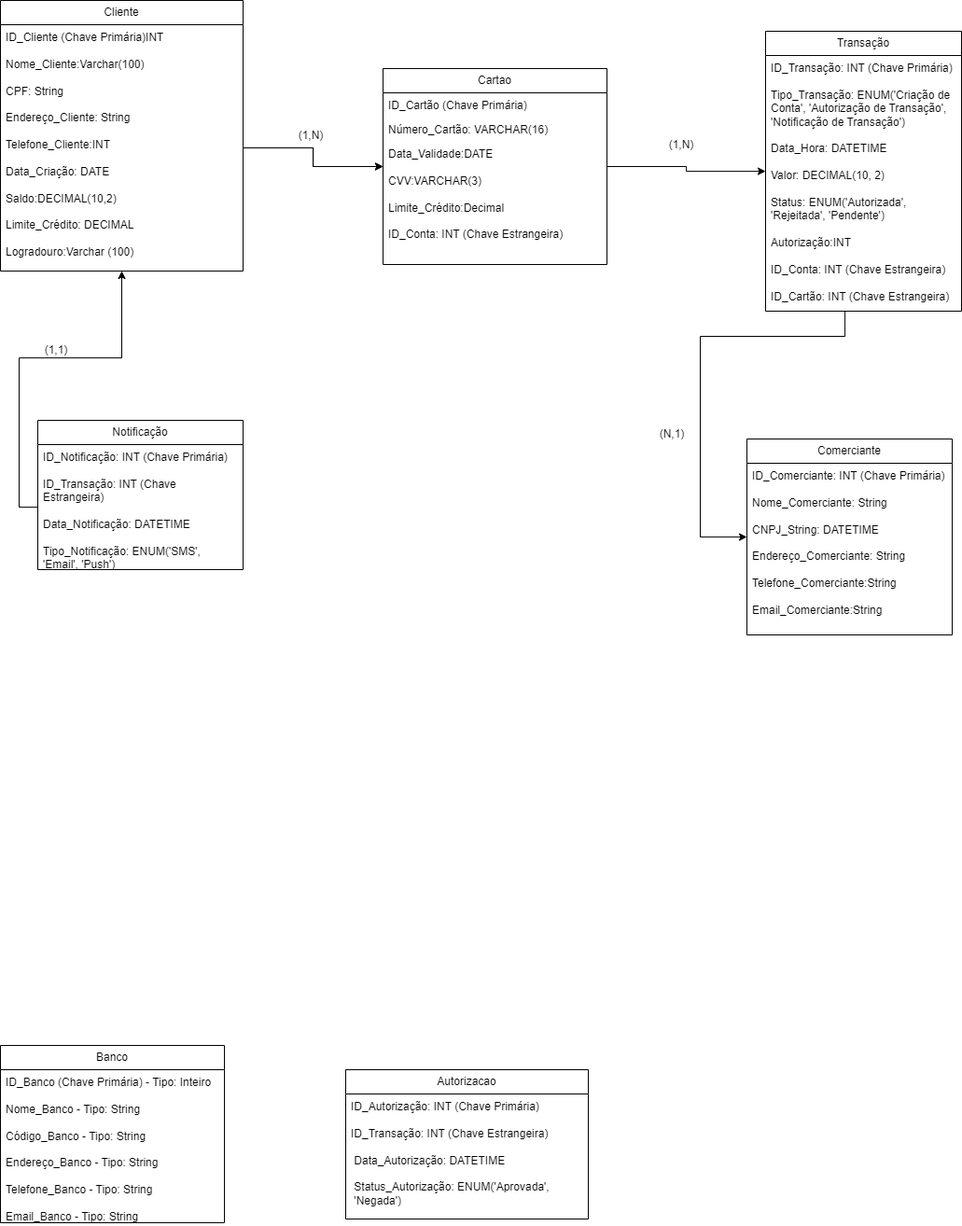
The draw.io diagram projeto cloud.drawio.png in LuahnKaye/ProjetoCloud, before a commit. Source tidied: cells renumbered, new cells last; positions are measured from the earlier drawing's top-left corner, leaving out a move shared by most shapes. Its diagram source:
```xml
<mxGraphModel>
  <root>
    <mxCell id="0" />
    <mxCell id="1" parent="0" />
    <mxCell id="2" style="edgeStyle=orthogonalEdgeStyle;rounded=0;jettySize=auto;html=1;" parent="1" edge="1" source="3" target="16">
      <mxGeometry relative="1" as="geometry">
        <Array as="points">
          <mxPoint x="905" y="360" />
          <mxPoint x="750" y="360" />
          <mxPoint x="750" y="575" />
        </Array>
      </mxGeometry>
    </mxCell>
    <mxCell id="3" value="Transação" style="swimlane;fontStyle=0;horizontal=1;startSize=26;fillColor=none;whiteSpace=wrap;html=1;" parent="1" vertex="1">
      <mxGeometry x="820" y="33" width="210" height="300" as="geometry" />
    </mxCell>
    <mxCell id="4" value="ID_Transação: INT (Chave Primária)&lt;div&gt;&lt;br&gt;&lt;/div&gt;&lt;div&gt;Tipo_Transação: ENUM('Criação de Conta', 'Autorização de Transação', 'Notificação de Transação')&lt;br&gt;&lt;/div&gt;&lt;div&gt;&lt;br&gt;&lt;/div&gt;&lt;div&gt;Data_Hora: DATETIME&lt;br&gt;&lt;/div&gt;&lt;div&gt;&lt;br&gt;&lt;/div&gt;&lt;div&gt;Valor: DECIMAL(10, 2)&lt;br&gt;&lt;/div&gt;&lt;div&gt;&lt;br&gt;&lt;/div&gt;&lt;div&gt;Status: ENUM('Autorizada', 'Rejeitada', 'Pendente')&lt;br&gt;&lt;/div&gt;&lt;div&gt;&lt;br&gt;&lt;/div&gt;&lt;div&gt;&lt;span style=&quot;background-color: initial;&quot;&gt;Autorização:INT&lt;/span&gt;&lt;br&gt;&lt;/div&gt;&lt;div&gt;&lt;span style=&quot;background-color: initial;&quot;&gt;&lt;br&gt;&lt;/span&gt;&lt;/div&gt;&lt;div&gt;ID_Conta: INT (Chave Estrangeira)&lt;/div&gt;&lt;div&gt;&lt;br&gt;&lt;/div&gt;&lt;div&gt;&lt;div&gt;ID_Cartão: INT (Chave Estrangeira)&lt;/div&gt;&lt;/div&gt;&lt;div&gt;&lt;br&gt;&lt;/div&gt;" style="text;strokeColor=none;fillColor=none;align=left;verticalAlign=top;spacingLeft=4;spacingRight=4;overflow=hidden;whiteSpace=wrap;html=1;" parent="3" vertex="1">
      <mxGeometry y="26" width="210" height="274" as="geometry" />
    </mxCell>
    <mxCell id="5" value="Cliente" style="swimlane;fontStyle=0;horizontal=1;startSize=26;fillColor=none;whiteSpace=wrap;html=1;" parent="1" vertex="1">
      <mxGeometry width="260" height="290" as="geometry" />
    </mxCell>
    <mxCell id="6" value="ID_Cliente (Chave Primária)INT&lt;div&gt;&lt;br&gt;&lt;/div&gt;&lt;div&gt;Nome_Cliente:Varchar(100)&lt;br&gt;&lt;/div&gt;&lt;div&gt;&lt;br&gt;&lt;/div&gt;&lt;div&gt;CPF: String&lt;/div&gt;&lt;div&gt;&lt;br&gt;&lt;/div&gt;&lt;div&gt;Endereço_Cliente: String&amp;nbsp;&lt;/div&gt;&lt;div&gt;&lt;br&gt;&lt;/div&gt;&lt;div&gt;Telefone_Cliente:INT&lt;br&gt;&lt;div&gt;&lt;span style=&quot;background-color: initial;&quot;&gt;&lt;br&gt;&lt;/span&gt;&lt;/div&gt;&lt;div&gt;&lt;span style=&quot;background-color: initial;&quot;&gt;Data_Criação: DATE&lt;/span&gt;&lt;br&gt;&lt;/div&gt;&lt;div&gt;&lt;span style=&quot;background-color: initial;&quot;&gt;&lt;br&gt;&lt;/span&gt;&lt;/div&gt;&lt;div&gt;Saldo:DECIMAL(10,2)&lt;/div&gt;&lt;/div&gt;&lt;div&gt;&lt;br&gt;&lt;/div&gt;&lt;div&gt;Limite_Crédito: DECIMAL&lt;/div&gt;&lt;div&gt;&lt;br&gt;&lt;/div&gt;&lt;div&gt;Logradouro:Varchar (100)&lt;/div&gt;&lt;div&gt;&lt;br&gt;&lt;/div&gt;&lt;div&gt;&lt;br&gt;&lt;/div&gt;" style="text;strokeColor=none;fillColor=none;align=left;verticalAlign=top;spacingLeft=4;spacingRight=4;overflow=hidden;points=[[0,0.5],[1,0.5]];portConstraint=eastwest;whiteSpace=wrap;html=1;" parent="5" vertex="1">
      <mxGeometry y="26" width="260" height="264" as="geometry" />
    </mxCell>
    <mxCell id="7" style="edgeStyle=orthogonalEdgeStyle;rounded=0;jettySize=auto;html=1;" parent="1" edge="1" source="8" target="3">
      <mxGeometry relative="1" as="geometry" />
    </mxCell>
    <mxCell id="8" value="Cartao" style="swimlane;fontStyle=0;horizontal=1;startSize=26;fillColor=none;whiteSpace=wrap;html=1;" parent="1" vertex="1">
      <mxGeometry x="410" y="73" width="240" height="210" as="geometry" />
    </mxCell>
    <mxCell id="9" value="ID_Cartão (Chave Primária)" style="text;strokeColor=none;fillColor=none;align=left;verticalAlign=top;spacingLeft=4;spacingRight=4;overflow=hidden;whiteSpace=wrap;html=1;" parent="8" vertex="1">
      <mxGeometry y="26" width="240" height="26" as="geometry" />
    </mxCell>
    <mxCell id="10" value="Número_Cartão: VARCHAR(16)" style="text;strokeColor=none;fillColor=none;align=left;verticalAlign=top;spacingLeft=4;spacingRight=4;overflow=hidden;whiteSpace=wrap;html=1;" parent="8" vertex="1">
      <mxGeometry y="52" width="240" height="26" as="geometry" />
    </mxCell>
    <mxCell id="11" value="Data_Validade:DATE&lt;div&gt;&lt;br&gt;&lt;/div&gt;&lt;div&gt;CVV:VARCHAR(3)&lt;/div&gt;&lt;div&gt;&lt;br&gt;&lt;/div&gt;&lt;div&gt;Limite_Crédito:Decimal&lt;/div&gt;&lt;div&gt;&lt;br&gt;&lt;/div&gt;&lt;div&gt;ID_Conta: INT (Chave Estrangeira)&lt;/div&gt;" style="text;strokeColor=none;fillColor=none;align=left;verticalAlign=top;spacingLeft=4;spacingRight=4;overflow=hidden;whiteSpace=wrap;html=1;" parent="8" vertex="1">
      <mxGeometry y="78" width="240" height="132" as="geometry" />
    </mxCell>
    <mxCell id="12" value="Notificação" style="swimlane;fontStyle=0;horizontal=1;startSize=26;fillColor=none;whiteSpace=wrap;html=1;" parent="1" vertex="1">
      <mxGeometry x="40" y="450" width="220" height="160" as="geometry" />
    </mxCell>
    <mxCell id="13" value="ID_Notificação: INT (Chave Primária)&lt;div&gt;&lt;br&gt;&lt;/div&gt;&lt;div&gt;ID_Transação: INT (Chave Estrangeira)&lt;br&gt;&lt;/div&gt;&lt;div&gt;&lt;br&gt;&lt;/div&gt;&lt;div&gt;Data_Notificação: DATETIME&lt;br&gt;&lt;/div&gt;&lt;div&gt;&lt;br&gt;&lt;/div&gt;&lt;div&gt;Tipo_Notificação: ENUM('SMS', 'Email', 'Push')&lt;br&gt;&lt;/div&gt;" style="text;strokeColor=none;fillColor=none;align=left;verticalAlign=top;spacingLeft=4;spacingRight=4;overflow=hidden;points=[[0,0.5],[1,0.5]];portConstraint=eastwest;whiteSpace=wrap;html=1;" parent="12" vertex="1">
      <mxGeometry y="26" width="220" height="134" as="geometry" />
    </mxCell>
    <mxCell id="14" value="Autorizacao" style="swimlane;fontStyle=0;horizontal=1;startSize=26;fillColor=none;whiteSpace=wrap;html=1;" parent="1" vertex="1">
      <mxGeometry x="370" y="1146" width="260" height="160" as="geometry" />
    </mxCell>
    <mxCell id="15" value="&lt;div&gt;ID_Autorização: INT (Chave Primária)&lt;br&gt;&lt;/div&gt;&lt;div&gt;&lt;br&gt;&lt;/div&gt;&lt;div&gt;&lt;div&gt;ID_Transação: INT (Chave Estrangeira)&lt;/div&gt;&lt;div&gt;&lt;br&gt;&lt;/div&gt;&lt;div&gt;&amp;nbsp;Data_Autorização: DATETIME&lt;/div&gt;&lt;div&gt;&lt;br&gt;&lt;/div&gt;&lt;div&gt;&amp;nbsp;Status_Autorização: ENUM('Aprovada',&amp;nbsp; &amp;nbsp; &amp;nbsp; &amp;nbsp; &amp;nbsp;'Negada')&lt;/div&gt;&lt;/div&gt;" style="text;strokeColor=none;fillColor=none;align=left;verticalAlign=top;spacingLeft=4;spacingRight=4;overflow=hidden;whiteSpace=wrap;html=1;" parent="14" vertex="1">
      <mxGeometry y="26" width="260" height="134" as="geometry" />
    </mxCell>
    <mxCell id="16" value="Comerciante" style="swimlane;fontStyle=0;horizontal=1;startSize=26;fillColor=none;whiteSpace=wrap;html=1;" parent="1" vertex="1">
      <mxGeometry x="800" y="470" width="220" height="210" as="geometry" />
    </mxCell>
    <mxCell id="17" value="ID_Comerciante: INT (Chave Primária)&lt;div&gt;&lt;br&gt;&lt;/div&gt;&lt;div&gt;Nome_Comerciante: String&lt;br&gt;&lt;/div&gt;&lt;div&gt;&lt;br&gt;&lt;/div&gt;&lt;div&gt;CNPJ_String: DATETIME&lt;br&gt;&lt;/div&gt;&lt;div&gt;&lt;br&gt;&lt;/div&gt;&lt;div&gt;Endereço_Comerciante: String&lt;/div&gt;&lt;div&gt;&lt;br&gt;&lt;/div&gt;&lt;div&gt;Telefone_Comerciante:String&lt;/div&gt;&lt;div&gt;&lt;br&gt;&lt;/div&gt;&lt;div&gt;Email_Comerciante:String&lt;/div&gt;&lt;div&gt;&lt;br&gt;&lt;/div&gt;" style="text;strokeColor=none;fillColor=none;align=left;verticalAlign=top;spacingLeft=4;spacingRight=4;overflow=hidden;whiteSpace=wrap;html=1;" parent="16" vertex="1">
      <mxGeometry y="26" width="220" height="184" as="geometry" />
    </mxCell>
    <mxCell id="18" value="Banco" style="swimlane;fontStyle=0;horizontal=1;startSize=26;fillColor=none;whiteSpace=wrap;html=1;" parent="1" vertex="1">
      <mxGeometry y="1120" width="240" height="190" as="geometry" />
    </mxCell>
    <mxCell id="19" value="&lt;div&gt;ID_Banco (Chave Primária) - Tipo: Inteiro&lt;/div&gt;&lt;div&gt;&lt;br&gt;&lt;/div&gt;&lt;div&gt;Nome_Banco - Tipo: String&lt;/div&gt;&lt;div&gt;&lt;br&gt;&lt;/div&gt;&lt;div&gt;Código_Banco - Tipo: String&lt;/div&gt;&lt;div&gt;&lt;br&gt;&lt;/div&gt;&lt;div&gt;Endereço_Banco - Tipo: String&lt;/div&gt;&lt;div&gt;&lt;br&gt;&lt;/div&gt;&lt;div&gt;Telefone_Banco - Tipo: String&lt;/div&gt;&lt;div&gt;&lt;br&gt;&lt;/div&gt;&lt;div&gt;Email_Banco - Tipo: String&lt;/div&gt;" style="text;strokeColor=none;fillColor=none;align=left;verticalAlign=top;spacingLeft=4;spacingRight=4;overflow=hidden;whiteSpace=wrap;html=1;" parent="18" vertex="1">
      <mxGeometry y="26" width="240" height="164" as="geometry" />
    </mxCell>
    <mxCell id="20" style="edgeStyle=orthogonalEdgeStyle;rounded=0;jettySize=auto;html=1;entryX=0;entryY=0.5;entryDx=0;entryDy=0;" parent="1" edge="1" source="6" target="8">
      <mxGeometry relative="1" as="geometry" />
    </mxCell>
    <mxCell id="21" style="edgeStyle=orthogonalEdgeStyle;rounded=0;jettySize=auto;html=1;" parent="1" edge="1" source="6" target="8">
      <mxGeometry relative="1" as="geometry" />
    </mxCell>
    <mxCell id="22" value="(1,N)" style="text;html=1;align=center;verticalAlign=middle;whiteSpace=wrap;rounded=0;" parent="1" vertex="1">
      <mxGeometry x="303.5" y="130" width="60" height="30" as="geometry" />
    </mxCell>
    <mxCell id="23" value="(1,N)" style="text;html=1;align=center;verticalAlign=middle;whiteSpace=wrap;rounded=0;" parent="1" vertex="1">
      <mxGeometry x="700" y="140" width="60" height="30" as="geometry" />
    </mxCell>
    <mxCell id="24" style="edgeStyle=orthogonalEdgeStyle;rounded=0;jettySize=auto;html=1;" parent="1" edge="1" source="13" target="5">
      <mxGeometry relative="1" as="geometry" />
    </mxCell>
    <mxCell id="25" value="(1,1)" style="text;html=1;align=center;verticalAlign=middle;whiteSpace=wrap;rounded=0;" parent="1" vertex="1">
      <mxGeometry x="30" y="360" width="60" height="30" as="geometry" />
    </mxCell>
    <mxCell id="26" value="(N,1)" style="text;html=1;align=center;verticalAlign=middle;whiteSpace=wrap;rounded=0;" parent="1" vertex="1">
      <mxGeometry x="690" y="450" width="60" height="30" as="geometry" />
    </mxCell>
  </root>
</mxGraphModel>
```
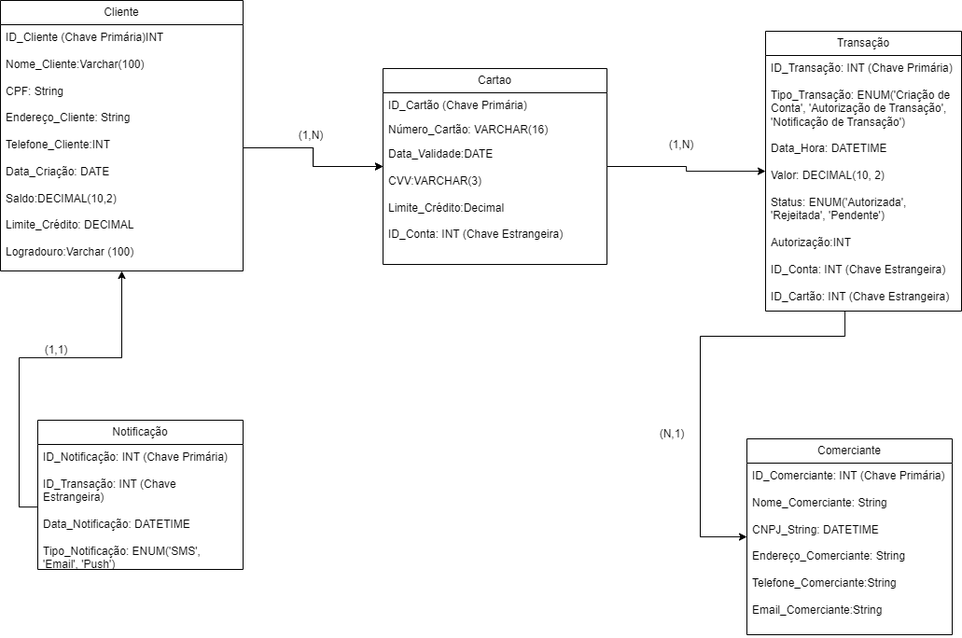
After the commit.

Commit message:
imagem certa

Change to the diagram source:
```diff
@@ -44,24 +44,12 @@
     <mxCell id="13" value="ID_Notificação: INT (Chave Primária)&lt;div&gt;&lt;br&gt;&lt;/div&gt;&lt;div&gt;ID_Transação: INT (Chave Estrangeira)&lt;br&gt;&lt;/div&gt;&lt;div&gt;&lt;br&gt;&lt;/div&gt;&lt;div&gt;Data_Notificação: DATETIME&lt;br&gt;&lt;/div&gt;&lt;div&gt;&lt;br&gt;&lt;/div&gt;&lt;div&gt;Tipo_Notificação: ENUM('SMS', 'Email', 'Push')&lt;br&gt;&lt;/div&gt;" style="text;strokeColor=none;fillColor=none;align=left;verticalAlign=top;spacingLeft=4;spacingRight=4;overflow=hidden;points=[[0,0.5],[1,0.5]];portConstraint=eastwest;whiteSpace=wrap;html=1;" parent="12" vertex="1">
       <mxGeometry y="26" width="220" height="134" as="geometry" />
     </mxCell>
-    <mxCell id="14" value="Autorizacao" style="swimlane;fontStyle=0;horizontal=1;startSize=26;fillColor=none;whiteSpace=wrap;html=1;" parent="1" vertex="1">
-      <mxGeometry x="370" y="1146" width="260" height="160" as="geometry" />
-    </mxCell>
-    <mxCell id="15" value="&lt;div&gt;ID_Autorização: INT (Chave Primária)&lt;br&gt;&lt;/div&gt;&lt;div&gt;&lt;br&gt;&lt;/div&gt;&lt;div&gt;&lt;div&gt;ID_Transação: INT (Chave Estrangeira)&lt;/div&gt;&lt;div&gt;&lt;br&gt;&lt;/div&gt;&lt;div&gt;&amp;nbsp;Data_Autorização: DATETIME&lt;/div&gt;&lt;div&gt;&lt;br&gt;&lt;/div&gt;&lt;div&gt;&amp;nbsp;Status_Autorização: ENUM('Aprovada',&amp;nbsp; &amp;nbsp; &amp;nbsp; &amp;nbsp; &amp;nbsp;'Negada')&lt;/div&gt;&lt;/div&gt;" style="text;strokeColor=none;fillColor=none;align=left;verticalAlign=top;spacingLeft=4;spacingRight=4;overflow=hidden;whiteSpace=wrap;html=1;" parent="14" vertex="1">
-      <mxGeometry y="26" width="260" height="134" as="geometry" />
-    </mxCell>
     <mxCell id="16" value="Comerciante" style="swimlane;fontStyle=0;horizontal=1;startSize=26;fillColor=none;whiteSpace=wrap;html=1;" parent="1" vertex="1">
       <mxGeometry x="800" y="470" width="220" height="210" as="geometry" />
     </mxCell>
     <mxCell id="17" value="ID_Comerciante: INT (Chave Primária)&lt;div&gt;&lt;br&gt;&lt;/div&gt;&lt;div&gt;Nome_Comerciante: String&lt;br&gt;&lt;/div&gt;&lt;div&gt;&lt;br&gt;&lt;/div&gt;&lt;div&gt;CNPJ_String: DATETIME&lt;br&gt;&lt;/div&gt;&lt;div&gt;&lt;br&gt;&lt;/div&gt;&lt;div&gt;Endereço_Comerciante: String&lt;/div&gt;&lt;div&gt;&lt;br&gt;&lt;/div&gt;&lt;div&gt;Telefone_Comerciante:String&lt;/div&gt;&lt;div&gt;&lt;br&gt;&lt;/div&gt;&lt;div&gt;Email_Comerciante:String&lt;/div&gt;&lt;div&gt;&lt;br&gt;&lt;/div&gt;" style="text;strokeColor=none;fillColor=none;align=left;verticalAlign=top;spacingLeft=4;spacingRight=4;overflow=hidden;whiteSpace=wrap;html=1;" parent="16" vertex="1">
       <mxGeometry y="26" width="220" height="184" as="geometry" />
     </mxCell>
-    <mxCell id="18" value="Banco" style="swimlane;fontStyle=0;horizontal=1;startSize=26;fillColor=none;whiteSpace=wrap;html=1;" parent="1" vertex="1">
-      <mxGeometry y="1120" width="240" height="190" as="geometry" />
-    </mxCell>
-    <mxCell id="19" value="&lt;div&gt;ID_Banco (Chave Primária) - Tipo: Inteiro&lt;/div&gt;&lt;div&gt;&lt;br&gt;&lt;/div&gt;&lt;div&gt;Nome_Banco - Tipo: String&lt;/div&gt;&lt;div&gt;&lt;br&gt;&lt;/div&gt;&lt;div&gt;Código_Banco - Tipo: String&lt;/div&gt;&lt;div&gt;&lt;br&gt;&lt;/div&gt;&lt;div&gt;Endereço_Banco - Tipo: String&lt;/div&gt;&lt;div&gt;&lt;br&gt;&lt;/div&gt;&lt;div&gt;Telefone_Banco - Tipo: String&lt;/div&gt;&lt;div&gt;&lt;br&gt;&lt;/div&gt;&lt;div&gt;Email_Banco - Tipo: String&lt;/div&gt;" style="text;strokeColor=none;fillColor=none;align=left;verticalAlign=top;spacingLeft=4;spacingRight=4;overflow=hidden;whiteSpace=wrap;html=1;" parent="18" vertex="1">
-      <mxGeometry y="26" width="240" height="164" as="geometry" />
-    </mxCell>
     <mxCell id="20" style="edgeStyle=orthogonalEdgeStyle;rounded=0;jettySize=auto;html=1;entryX=0;entryY=0.5;entryDx=0;entryDy=0;" parent="1" edge="1" source="6" target="8">
       <mxGeometry relative="1" as="geometry" />
     </mxCell>
```
